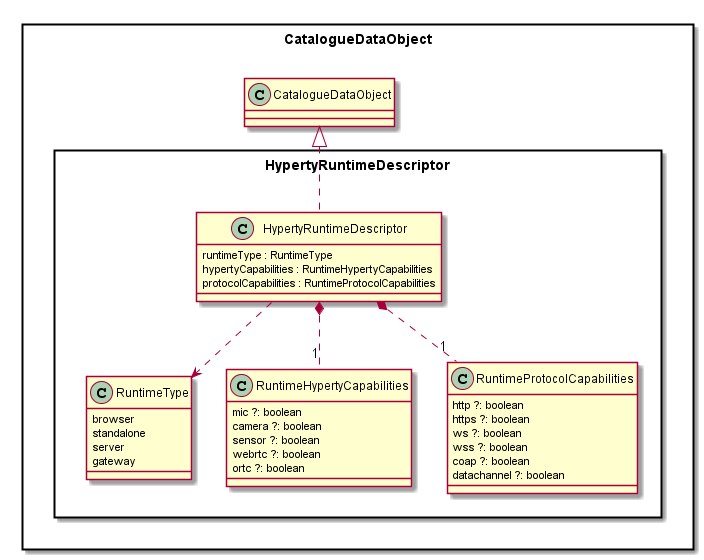
Earlier version of the PlantUML export docs/datamodel/core/hyperty-catalogue/Hyperty-Runtime-Descriptor-Data-Object-Model.png (reTHINK-project/dev-service-framework).
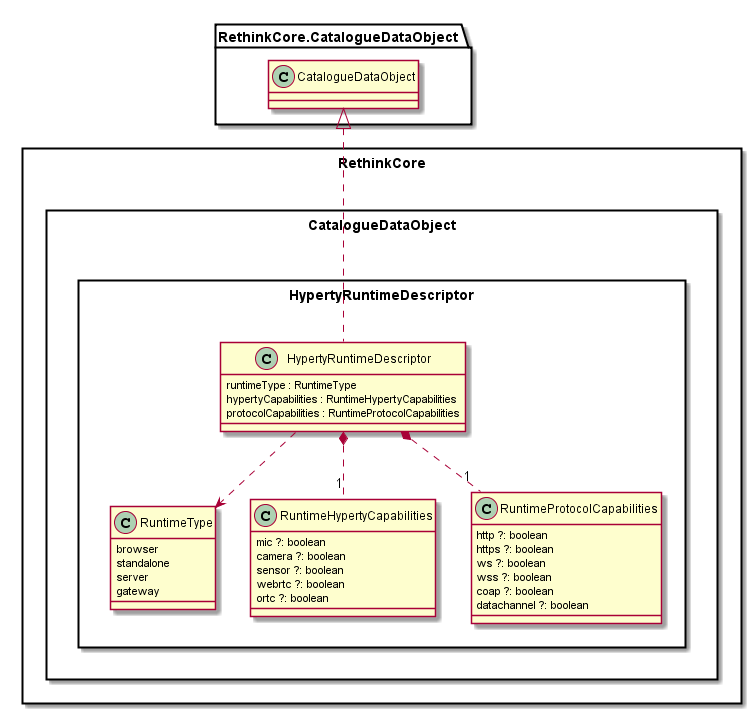
The same file after the commit.

What changed in the source:
```diff
@@ -1,45 +1,47 @@
 @startuml "../../docs/datamodel/core/hyperty-catalogue/Hyperty-Runtime-Descriptor-Data-Object-Model.png"
 
-package CatalogueDataObject <<Rect>> {
+package RethinkCore <<Rect>> {
 
-	package HypertyRuntimeDescriptor <<Rect>> {
+	package CatalogueDataObject <<Rect>> {
 
-		class HypertyRuntimeDescriptor {
-			runtimeType : RuntimeType
-			hypertyCapabilities : RuntimeHypertyCapabilities
-			protocolCapabilities : RuntimeProtocolCapabilities
+		package HypertyRuntimeDescriptor <<Rect>> {
+
+			class HypertyRuntimeDescriptor {
+				runtimeType : RuntimeType
+				hypertyCapabilities : RuntimeHypertyCapabilities
+				protocolCapabilities : RuntimeProtocolCapabilities
+			}
+
+			class RuntimeType {
+				browser
+				standalone
+				server
+				gateway
+			}
+
+			class RuntimeHypertyCapabilities {
+				mic ?: boolean
+				camera ?: boolean
+				sensor ?: boolean
+				webrtc ?: boolean
+				ortc ?: boolean
+			}
+
+			class RuntimeProtocolCapabilities {
+				http ?: boolean
+				https ?: boolean
+				ws ?: boolean
+				wss ?: boolean
+				coap ?: boolean
+				datachannel ?: boolean
+			}
+
+			HypertyRuntimeDescriptor ..> RuntimeType
+			HypertyRuntimeDescriptor *.. "1" RuntimeHypertyCapabilities
+			HypertyRuntimeDescriptor *.. "1" RuntimeProtocolCapabilities
+			HypertyRuntimeDescriptor .up.|> RethinkCore.CatalogueDataObject.CatalogueDataObject
 		}
 
-		class RuntimeType {
-			browser
-			standalone
-			server
-			gateway
-		}
-
-		class RuntimeHypertyCapabilities {
-			mic ?: boolean
-			camera ?: boolean
-			sensor ?: boolean
-			webrtc ?: boolean
-			ortc ?: boolean
-		}
-
-		class RuntimeProtocolCapabilities {
-			http ?: boolean
-			https ?: boolean
-			ws ?: boolean
-			wss ?: boolean
-			coap ?: boolean
-			datachannel ?: boolean
-		}
-
-		HypertyRuntimeDescriptor ..> RuntimeType
-		HypertyRuntimeDescriptor *.. "1" RuntimeHypertyCapabilities
-		HypertyRuntimeDescriptor *.. "1" RuntimeProtocolCapabilities
-		HypertyRuntimeDescriptor .up.|> CatalogueDataObject.CatalogueDataObject
-
 	}
-
 }
 @enduml
```
